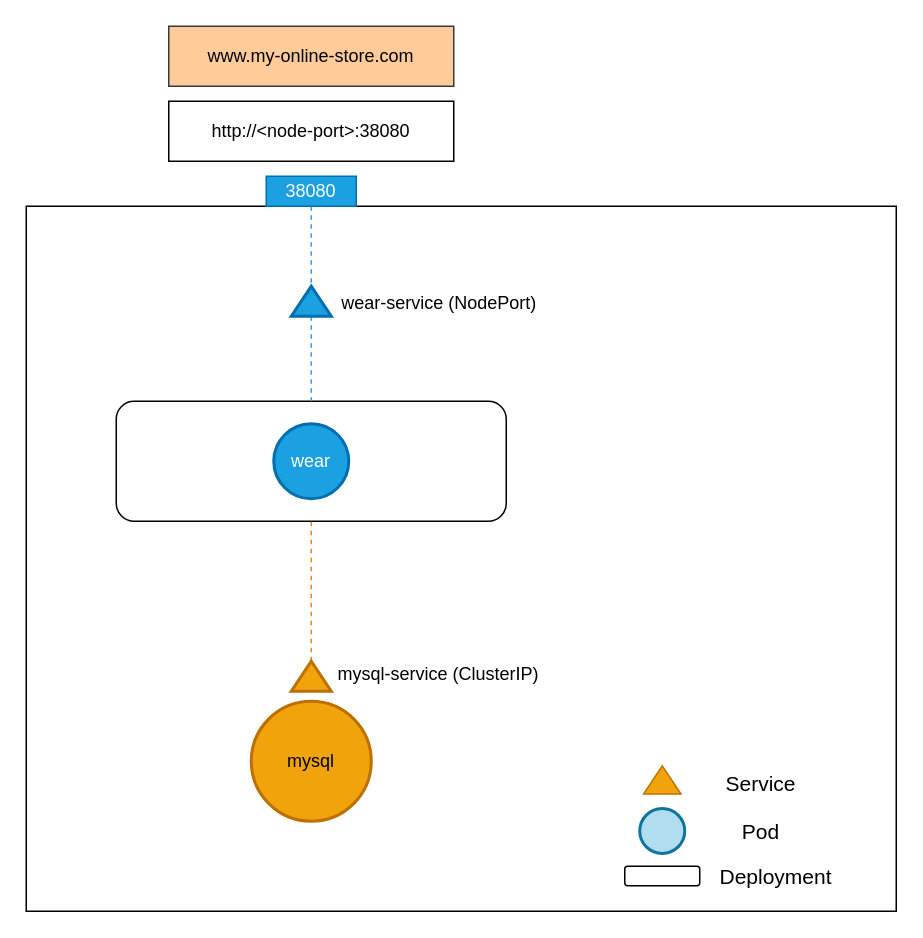
This is page "ingress" (6 of 6) of assets/networking.drawio from aditya109/journey-CKA, a draw.io file, before an edit. Source tidied: cells renumbered, new cells numbered last; positions are measured from the earlier drawing's top-left corner, leaving out a move shared by most shapes. Both pictures are drawn from the tidied source at 150%, with x=0, y=0 at pixel (26, 26).
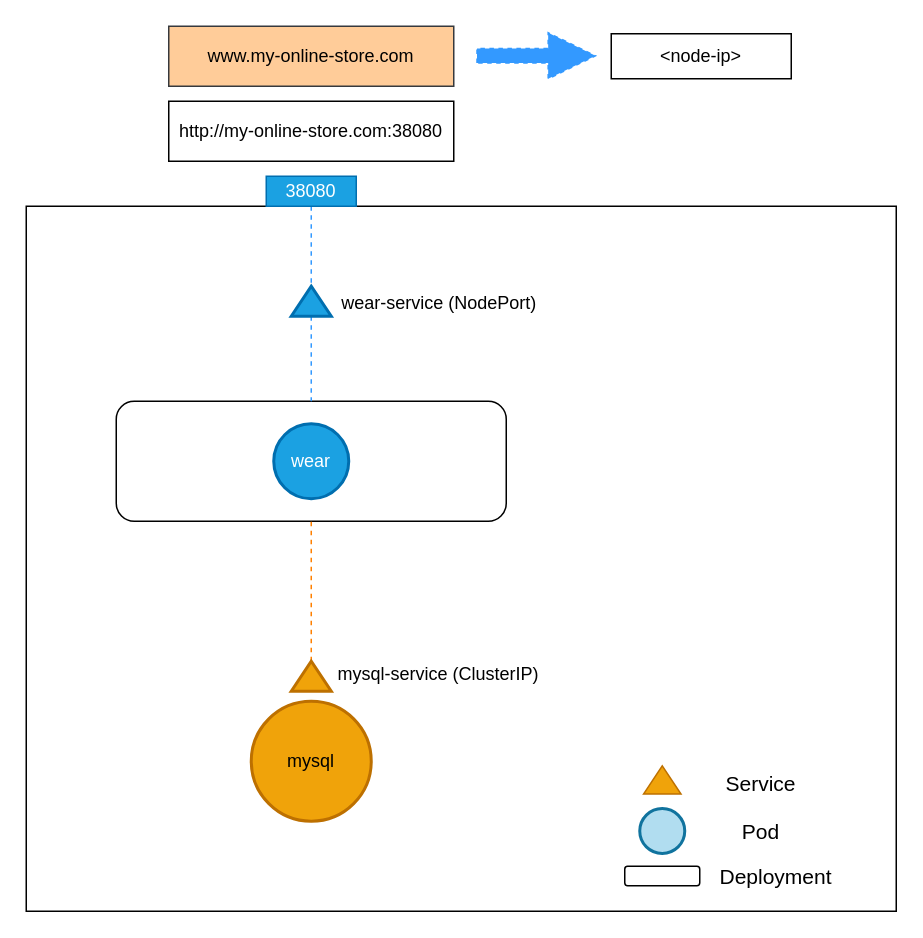
The same diagram, later.

Diff of the diagram source:
```diff
@@
-    <mxCell id="21" value="http://&amp;lt;node-port&amp;gt;:38080" style="rounded=0;whiteSpace=wrap;html=1;" parent="1" vertex="1">
+    <mxCell id="21" value="http://my-online-store.com:38080" style="rounded=0;whiteSpace=wrap;html=1;" parent="1" vertex="1">
       <mxGeometry x="95" y="50" width="190" height="40" as="geometry" />
     </mxCell>
+    <mxCell id="22" style="shape=flexArrow;endArrow=classic;html=1;rounded=0;dashed=1;strokeColor=#3399FF;width=9.714285714285714;endSize=10.182857142857143;fillColor=#3399FF;" parent="1" edge="1">
+      <mxGeometry relative="1" as="geometry">
+        <mxPoint x="300" y="19.7" as="sourcePoint" />
+        <mxPoint x="380" y="19.7" as="targetPoint" />
+      </mxGeometry>
+    </mxCell>
+    <mxCell id="23" value="&amp;lt;node-ip&amp;gt;" style="rounded=0;whiteSpace=wrap;html=1;" parent="1" vertex="1">
+      <mxGeometry x="390" y="5" width="120" height="30" as="geometry" />
+    </mxCell>
```
